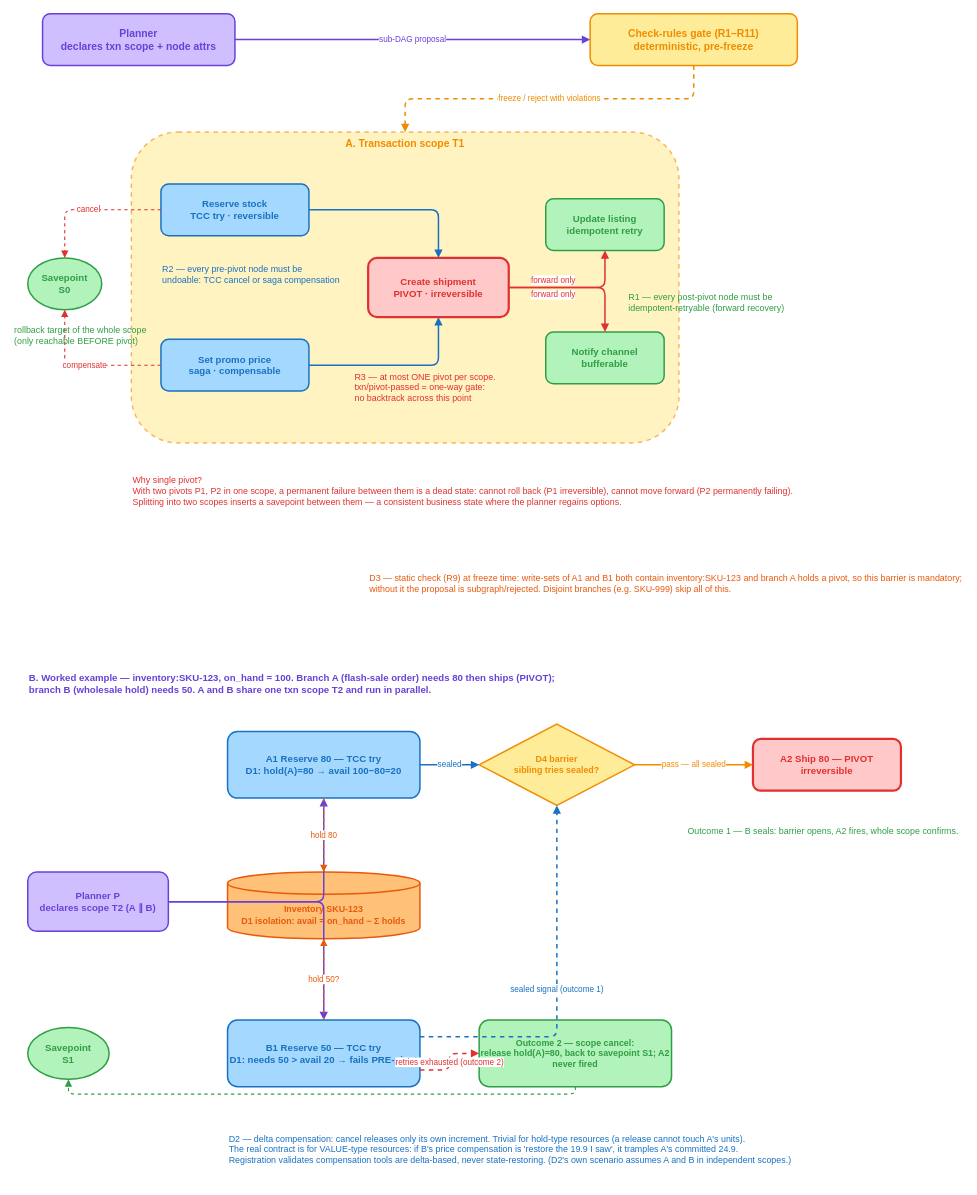
Above: doc/diagram/txn-boundary.drawio in linuxb/flory-ai (draw.io), before the change. Source tidied: cells renumbered, new cells numbered last; positions are measured from the earlier drawing's top-left corner, leaving out a move shared by most shapes. Both pictures are drawn from the tidied source at 74%, with x=0, y=0 at pixel (13, 13).
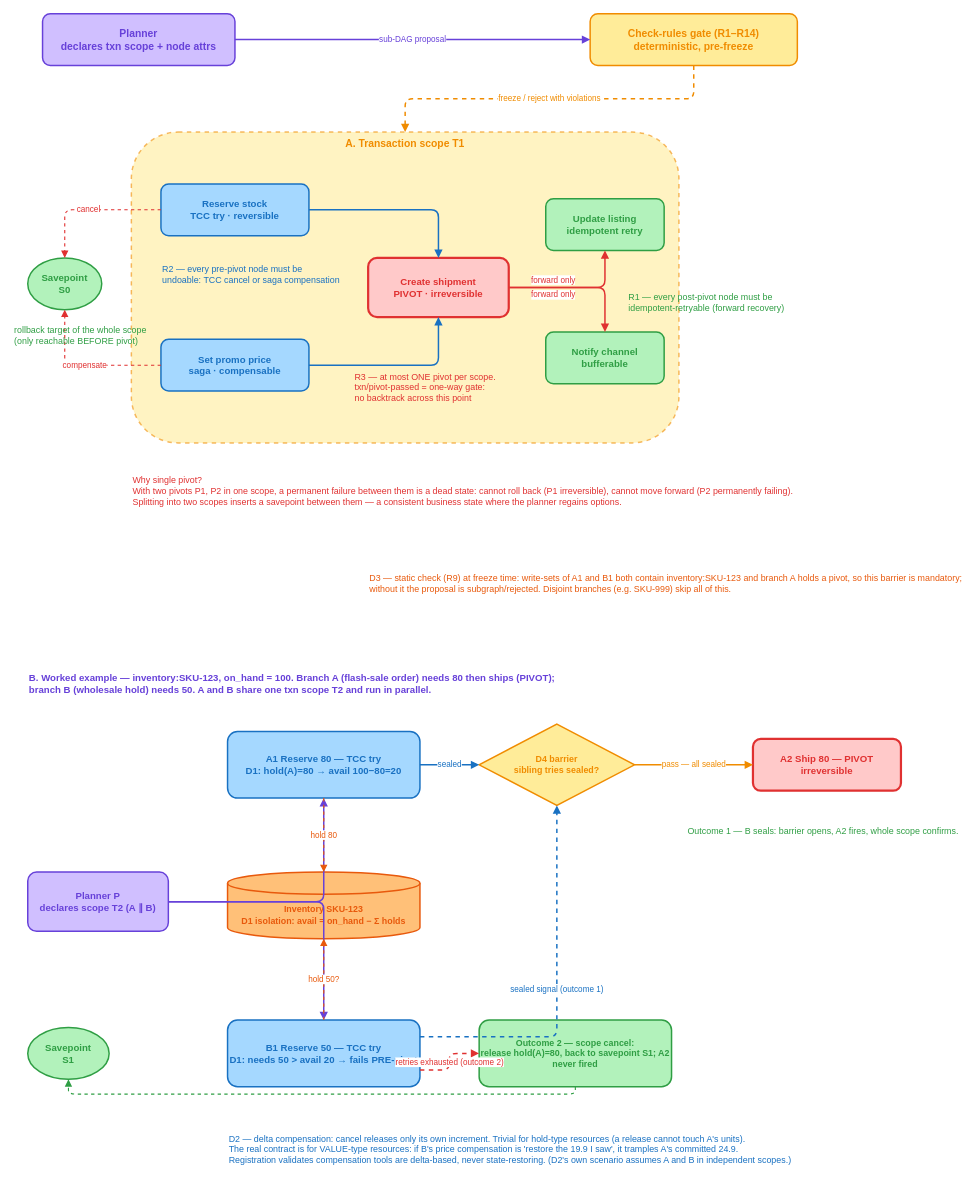
The same page after the edit.

Change to the diagram source:
```diff
@@
-    <mxCell id="3" value="Check-rules gate (R1–R11)&lt;br&gt;deterministic, pre-freeze" style="rounded=1;whiteSpace=wrap;html=1;fillColor=#FFEC99;fontSize=14;fontStyle=1;strokeWidth=2;fontFamily=LXGW WenKai TC;strokeColor=#F08C00;fontColor=#F08C00;" parent="1" vertex="1">
+    <mxCell id="3" value="Check-rules gate (R1–R14)&lt;br&gt;deterministic, pre-freeze" style="rounded=1;whiteSpace=wrap;html=1;fillColor=#FFEC99;fontSize=14;fontStyle=1;strokeWidth=2;fontFamily=LXGW WenKai TC;strokeColor=#F08C00;fontColor=#F08C00;" parent="1" vertex="1">
       <mxGeometry x="780" width="280" height="70" as="geometry" />
     </mxCell>
```
